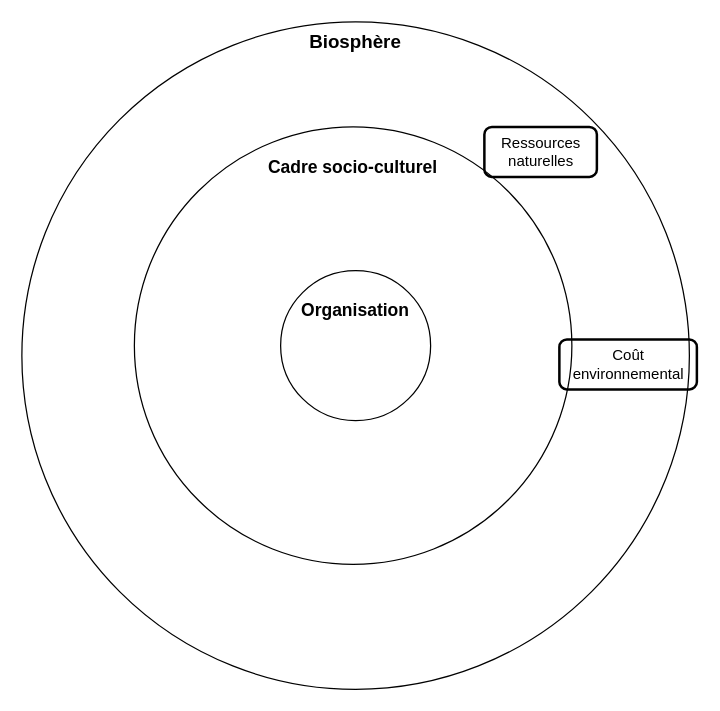
The draw.io diagram page "Environnement et IA" (3 of 3) of Schéma règlements IA et Data.drawio in Fabrice-64/Drawings, before the edit. Source tidied: cells renumbered, new cells numbered last; positions are measured from the earlier drawing's top-left corner, leaving out a move shared by most shapes. Both pictures are drawn from the tidied source at 125%, with x=0, y=0 at pixel (21, 21).
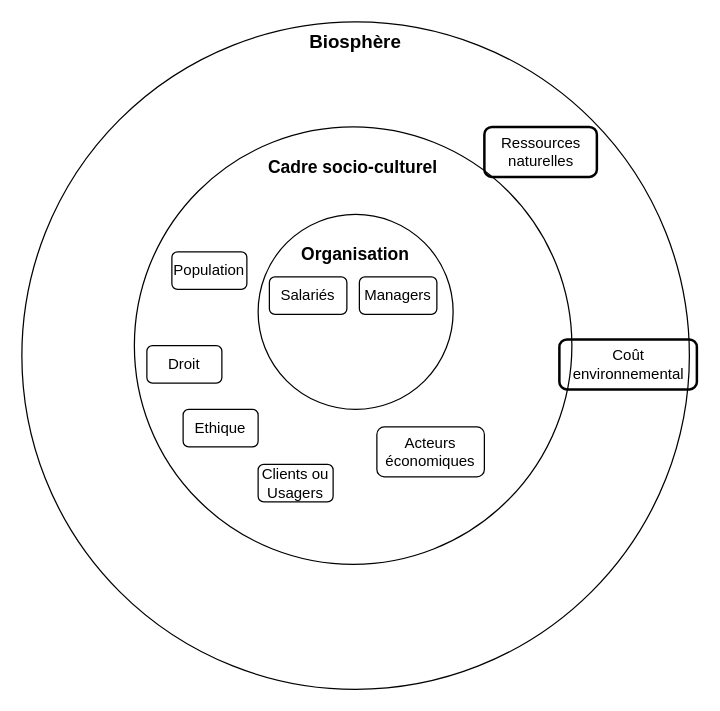
The same diagram, later.

Commit message (it also covers changes not shown here):
Mettre à jour Schéma règlements IA et Data.drawio

What changed in the source:
```diff
@@
 <mxGraphModel>
   <root>
     <mxCell id="0" />
     <mxCell id="1" parent="0" />
     <mxCell id="2" value="&lt;font style=&quot;font-size: 15px;&quot;&gt;&lt;b&gt;Biosphère&lt;/b&gt;&lt;/font&gt;" style="ellipse;whiteSpace=wrap;html=1;verticalAlign=top;" parent="1" vertex="1">
       <mxGeometry width="534" height="534" as="geometry" />
     </mxCell>
     <mxCell id="3" value="&lt;div&gt;&lt;b&gt;&lt;font style=&quot;font-size: 14px;&quot;&gt;&lt;br&gt;&lt;/font&gt;&lt;/b&gt;&lt;/div&gt;&lt;b&gt;&lt;font style=&quot;font-size: 14px;&quot;&gt;Cadre socio-culturel&lt;/font&gt;&lt;/b&gt;" style="ellipse;whiteSpace=wrap;html=1;verticalAlign=top;" parent="1" vertex="1">
       <mxGeometry x="90" y="84" width="350" height="350" as="geometry" />
     </mxCell>
     <mxCell id="4" value="&lt;div&gt;&lt;br&gt;&lt;/div&gt;Organisation" style="ellipse;whiteSpace=wrap;html=1;verticalAlign=top;fontSize=14;fontStyle=1;" parent="1" vertex="1">
-      <mxGeometry x="207" y="199" width="120" height="120" as="geometry" />
+      <mxGeometry x="189" y="154" width="156" height="156" as="geometry" />
     </mxCell>
     <mxCell id="5" value="Ressources&lt;br&gt;naturelles" style="text;html=1;align=center;verticalAlign=middle;strokeColor=default;fillColor=none;strokeWidth=2;rounded=1;" parent="1" vertex="1">
       <mxGeometry x="370" y="84" width="90" height="40" as="geometry" />
     </mxCell>
     <mxCell id="6" value="Coût &lt;br&gt;environnemental" style="text;html=1;align=center;verticalAlign=middle;strokeColor=default;fillColor=none;strokeWidth=2;rounded=1;" parent="1" vertex="1">
       <mxGeometry x="430" y="254" width="110" height="40" as="geometry" />
     </mxCell>
+    <mxCell id="7" value="Droit" style="text;html=1;align=center;verticalAlign=middle;whiteSpace=wrap;rounded=1;strokeColor=default;" parent="1" vertex="1">
+      <mxGeometry x="100" y="259" width="60" height="30" as="geometry" />
+    </mxCell>
+    <mxCell id="8" value="Ethique" style="text;html=1;align=center;verticalAlign=middle;whiteSpace=wrap;rounded=1;strokeColor=default;" parent="1" vertex="1">
+      <mxGeometry x="129" y="310" width="60" height="30" as="geometry" />
+    </mxCell>
+    <mxCell id="9" value="Population" style="text;html=1;align=center;verticalAlign=middle;whiteSpace=wrap;rounded=1;strokeColor=default;" parent="1" vertex="1">
+      <mxGeometry x="120" y="184" width="60" height="30" as="geometry" />
+    </mxCell>
+    <mxCell id="10" value="Acteurs économiques" style="text;html=1;align=center;verticalAlign=middle;whiteSpace=wrap;rounded=1;strokeColor=default;" parent="1" vertex="1">
+      <mxGeometry x="284" y="324" width="86" height="40" as="geometry" />
+    </mxCell>
+    <mxCell id="11" value="Clients ou Usagers" style="text;html=1;align=center;verticalAlign=middle;whiteSpace=wrap;rounded=1;strokeColor=default;" parent="1" vertex="1">
+      <mxGeometry x="189" y="354" width="60" height="30" as="geometry" />
+    </mxCell>
+    <mxCell id="12" value="Salariés" style="text;html=1;align=center;verticalAlign=middle;whiteSpace=wrap;rounded=1;strokeColor=default;" parent="1" vertex="1">
+      <mxGeometry x="198" y="204" width="62" height="30" as="geometry" />
+    </mxCell>
+    <mxCell id="13" value="Managers" style="text;html=1;align=center;verticalAlign=middle;whiteSpace=wrap;rounded=1;strokeColor=default;" parent="1" vertex="1">
+      <mxGeometry x="270" y="204" width="62" height="30" as="geometry" />
+    </mxCell>
   </root>
 </mxGraphModel>
```
